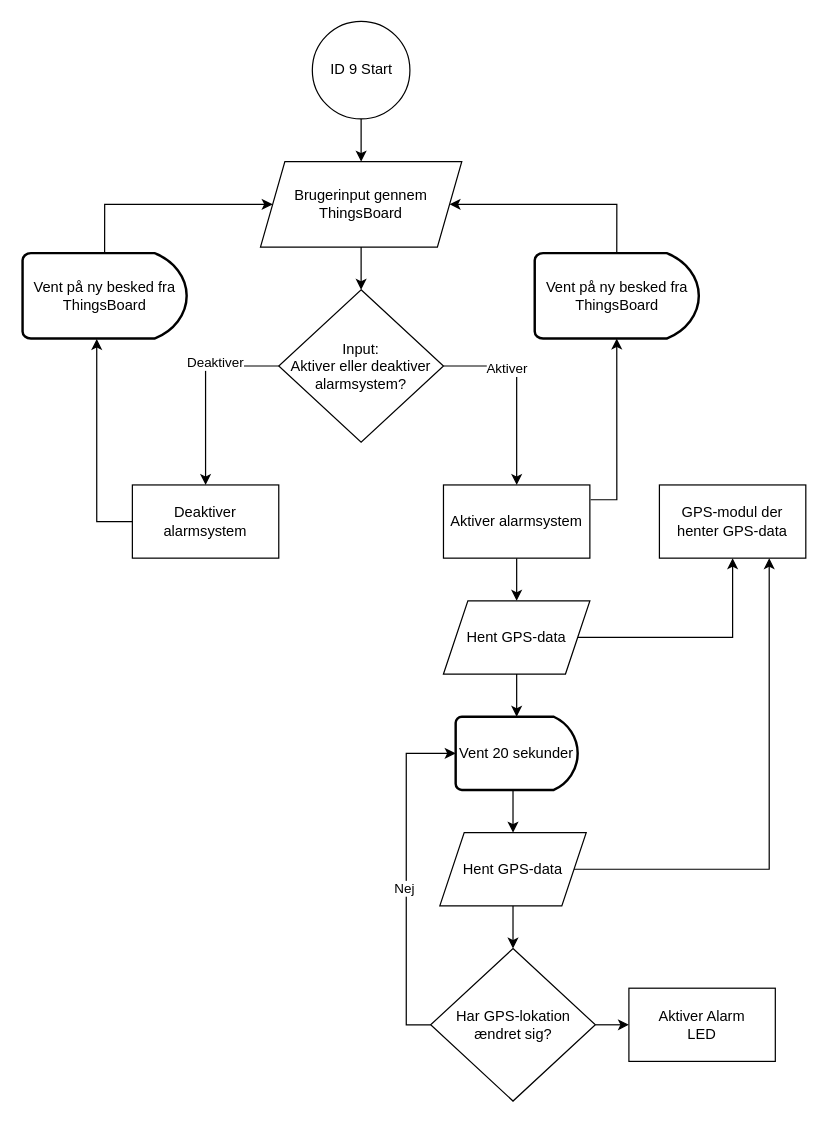
KEA-E24-B9-IOT1/E24-B9-IoT1 keeps this draw.io diagram as ID 09, P3/ID 9 Alarmsystem.drawio. Above is the earlier version. Source tidied: cells renumbered, new cells numbered last; positions are measured from the earlier drawing's top-left corner, leaving out a move shared by most shapes. Both pictures are drawn from the tidied source at 122%, with x=0, y=0 at pixel (22, 21).
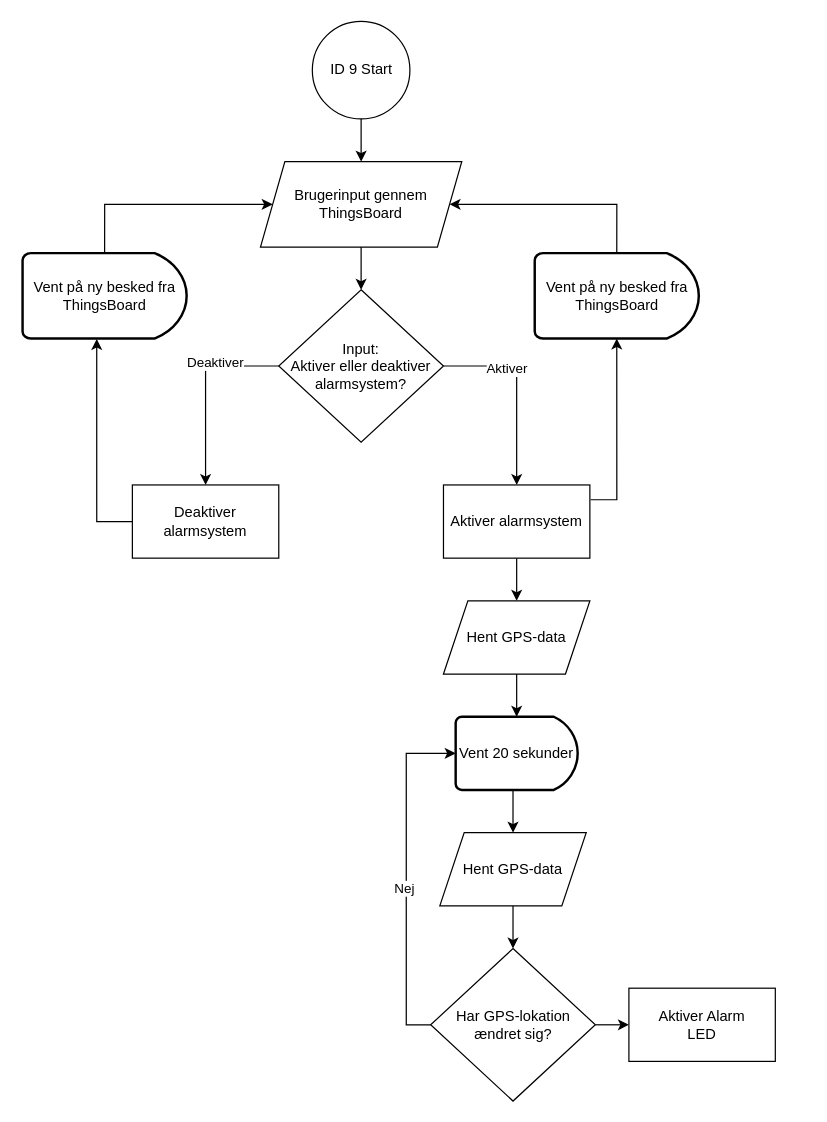
After the change.

Commit message:
Fjernet "GPS-modul der henter GPS-data"

Unchanged cells that the change refers to:
```xml
<mxCell id="21" value="Hent GPS-data" style="shape=parallelogram;perimeter=parallelogramPerimeter;whiteSpace=wrap;html=1;fixedSize=1;" parent="1" vertex="1">
  <mxGeometry x="345" y="475" width="120" height="60" as="geometry" />
</mxCell>
<mxCell id="28" value="Hent GPS-data" style="shape=parallelogram;perimeter=parallelogramPerimeter;whiteSpace=wrap;html=1;fixedSize=1;" parent="1" vertex="1">
  <mxGeometry x="342" y="665" width="120" height="60" as="geometry" />
</mxCell>
```

Diff of the diagram source:
```diff
@@
-    <mxCell id="20" style="edgeStyle=orthogonalEdgeStyle;rounded=0;jettySize=auto;html=1;exitX=1;exitY=0.5;exitDx=0;exitDy=0;entryX=0.5;entryY=1;entryDx=0;entryDy=0;" parent="1" edge="1" source="21" target="22">
-      <mxGeometry relative="1" as="geometry" />
-    </mxCell>
@@
-    <mxCell id="22" value="GPS-modul der henter GPS-data" style="rounded=0;whiteSpace=wrap;html=1;" parent="1" vertex="1">
-      <mxGeometry x="522" y="380" width="120" height="60" as="geometry" />
-    </mxCell>
@@
-    <mxCell id="26" style="edgeStyle=orthogonalEdgeStyle;rounded=0;jettySize=auto;html=1;exitX=1;exitY=0.5;exitDx=0;exitDy=0;entryX=0.75;entryY=1;entryDx=0;entryDy=0;" parent="1" edge="1" source="28" target="22">
-      <mxGeometry relative="1" as="geometry" />
-    </mxCell>
```
